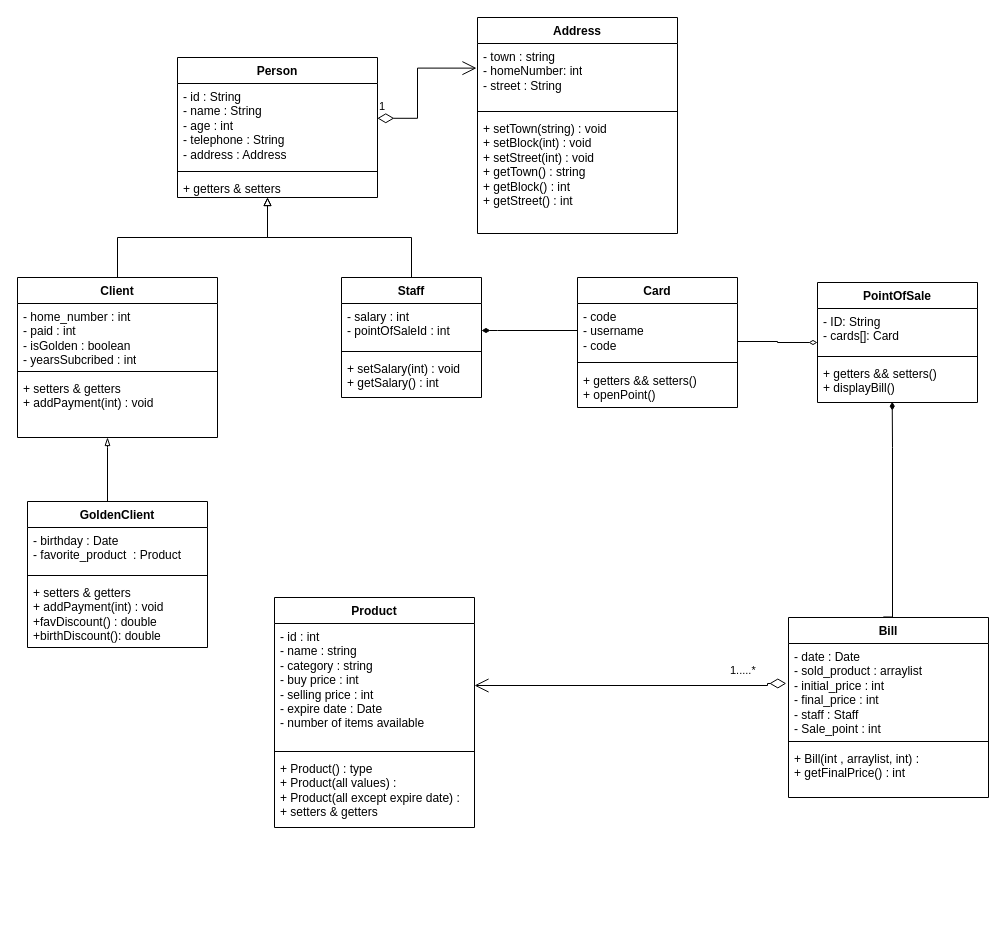
Before: UML/supermarket-uml.drawio in DiaaAhmedHassan/SuperMarketSystem, a draw.io diagram. Source tidied: cells renumbered, new cells numbered last; positions are measured from the earlier drawing's top-left corner, leaving out a move shared by most shapes. Both pictures are drawn from the tidied source at 100%, with x=0, y=0 at pixel (17, 17).
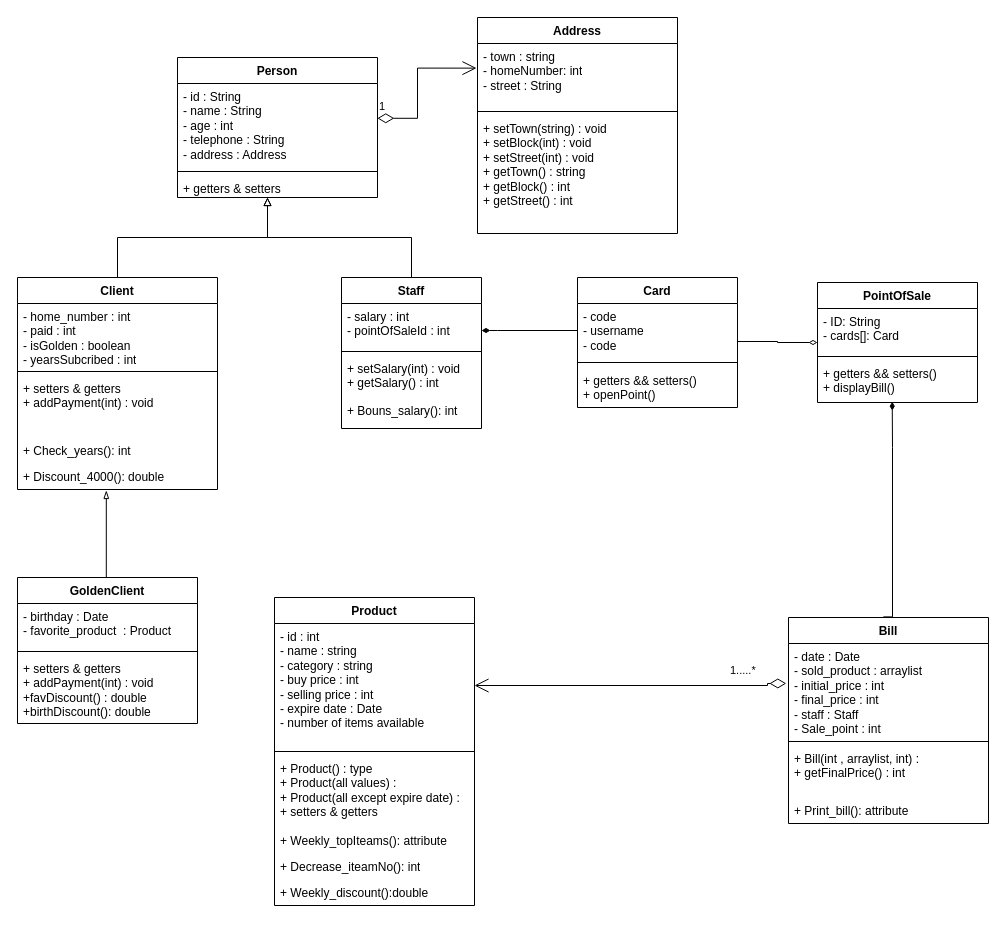
Above is the later version.

Diff of the diagram source:
```diff
@@
     <mxCell id="2" value="Product" style="swimlane;fontStyle=1;align=center;verticalAlign=top;horizontal=1;startSize=26;whiteSpace=wrap;html=1;" parent="1" vertex="1">
-      <mxGeometry x="257" y="580" width="200" height="230" as="geometry" />
+      <mxGeometry x="257" y="580" width="200" height="308" as="geometry" />
     </mxCell>
@@
+    <mxCell id="46" value="+ Weekly_topIteams(): attribute" style="text;strokeColor=none;fillColor=none;align=left;verticalAlign=top;spacingLeft=4;spacingRight=4;overflow=hidden;whiteSpace=wrap;html=1;" parent="2" vertex="1">
+      <mxGeometry y="230" width="200" height="26" as="geometry" />
+    </mxCell>
+    <mxCell id="47" value="+ Decrease_iteamNo(): int" style="text;strokeColor=none;fillColor=none;align=left;verticalAlign=top;spacingLeft=4;spacingRight=4;overflow=hidden;whiteSpace=wrap;html=1;" parent="2" vertex="1">
+      <mxGeometry y="256" width="200" height="26" as="geometry" />
+    </mxCell>
+    <mxCell id="48" value="+ Weekly_discount():double&amp;nbsp;" style="text;strokeColor=none;fillColor=none;align=left;verticalAlign=top;spacingLeft=4;spacingRight=4;overflow=hidden;whiteSpace=wrap;html=1;" parent="2" vertex="1">
+      <mxGeometry y="282" width="200" height="26" as="geometry" />
+    </mxCell>
@@
     <mxCell id="7" value="Client" style="swimlane;fontStyle=1;align=center;verticalAlign=top;horizontal=1;startSize=26;whiteSpace=wrap;html=1;" parent="1" vertex="1">
-      <mxGeometry y="260" width="200" height="160" as="geometry" />
+      <mxGeometry y="260" width="200" height="212" as="geometry" />
     </mxCell>
@@
+    <mxCell id="49" value="+ Check_years(): int" style="text;strokeColor=none;fillColor=none;align=left;verticalAlign=top;spacingLeft=4;spacingRight=4;overflow=hidden;whiteSpace=wrap;html=1;" parent="7" vertex="1">
+      <mxGeometry y="160" width="200" height="26" as="geometry" />
+    </mxCell>
+    <mxCell id="50" value="+ Discount_4000(): double" style="text;strokeColor=none;fillColor=none;align=left;verticalAlign=top;spacingLeft=4;spacingRight=4;overflow=hidden;points=[[0,0.5],[1,0.5]];portConstraint=eastwest;whiteSpace=wrap;html=1;" parent="7" vertex="1">
+      <mxGeometry y="186" width="200" height="26" as="geometry" />
+    </mxCell>
@@
     <mxCell id="15" value="GoldenClient" style="swimlane;fontStyle=1;align=center;verticalAlign=top;horizontal=1;startSize=26;whiteSpace=wrap;html=1;" parent="1" vertex="1">
-      <mxGeometry x="10" y="484" width="180" height="146" as="geometry" />
+      <mxGeometry y="560" width="180" height="146" as="geometry" />
     </mxCell>
@@
-    <mxCell id="19" style="endArrow=blockThin;html=1;edgeStyle=orthogonalEdgeStyle;rounded=0;entryX=0.5;entryY=0;entryDx=0;entryDy=0;endFill=0;exitX=0.5;exitY=0;exitDx=0;exitDy=0;" parent="1" edge="1" source="15">
+    <mxCell id="19" style="endArrow=blockThin;html=1;edgeStyle=orthogonalEdgeStyle;rounded=0;endFill=0;exitX=0.5;exitY=0;exitDx=0;exitDy=0;entryX=0.444;entryY=1.038;entryDx=0;entryDy=0;entryPerimeter=0;" parent="1" edge="1" source="15" target="50">
       <mxGeometry relative="1" as="geometry">
-        <mxPoint x="90" y="420" as="targetPoint" />
         <Array as="points">
-          <mxPoint x="90" y="430" />
-          <mxPoint x="90" y="430" />
+          <mxPoint x="89" y="560" />
         </Array>
       </mxGeometry>
     </mxCell>
     <mxCell id="20" value="Bill" style="swimlane;fontStyle=1;align=center;verticalAlign=top;horizontal=1;startSize=26;whiteSpace=wrap;html=1;" parent="1" vertex="1">
-      <mxGeometry x="771" y="600" width="200" height="180" as="geometry" />
+      <mxGeometry x="771" y="600" width="200" height="206" as="geometry" />
     </mxCell>
@@
+    <mxCell id="51" value="+ Print_bill(): attribute" style="text;strokeColor=none;fillColor=none;align=left;verticalAlign=top;spacingLeft=4;spacingRight=4;overflow=hidden;whiteSpace=wrap;html=1;" parent="20" vertex="1">
+      <mxGeometry y="180" width="200" height="26" as="geometry" />
+    </mxCell>
@@
     <mxCell id="25" value="Staff" style="swimlane;fontStyle=1;align=center;verticalAlign=top;horizontal=1;startSize=26;whiteSpace=wrap;html=1;" parent="1" vertex="1">
-      <mxGeometry x="324" y="260" width="140" height="120" as="geometry" />
+      <mxGeometry x="324" y="260" width="140" height="151" as="geometry" />
     </mxCell>
@@
+    <mxCell id="52" value="+ Bouns_salary(): int&amp;nbsp;" style="text;strokeColor=none;fillColor=none;align=left;verticalAlign=top;spacingLeft=4;spacingRight=4;overflow=hidden;whiteSpace=wrap;html=1;" parent="25" vertex="1">
+      <mxGeometry y="120" width="140" height="31" as="geometry" />
+    </mxCell>
```
